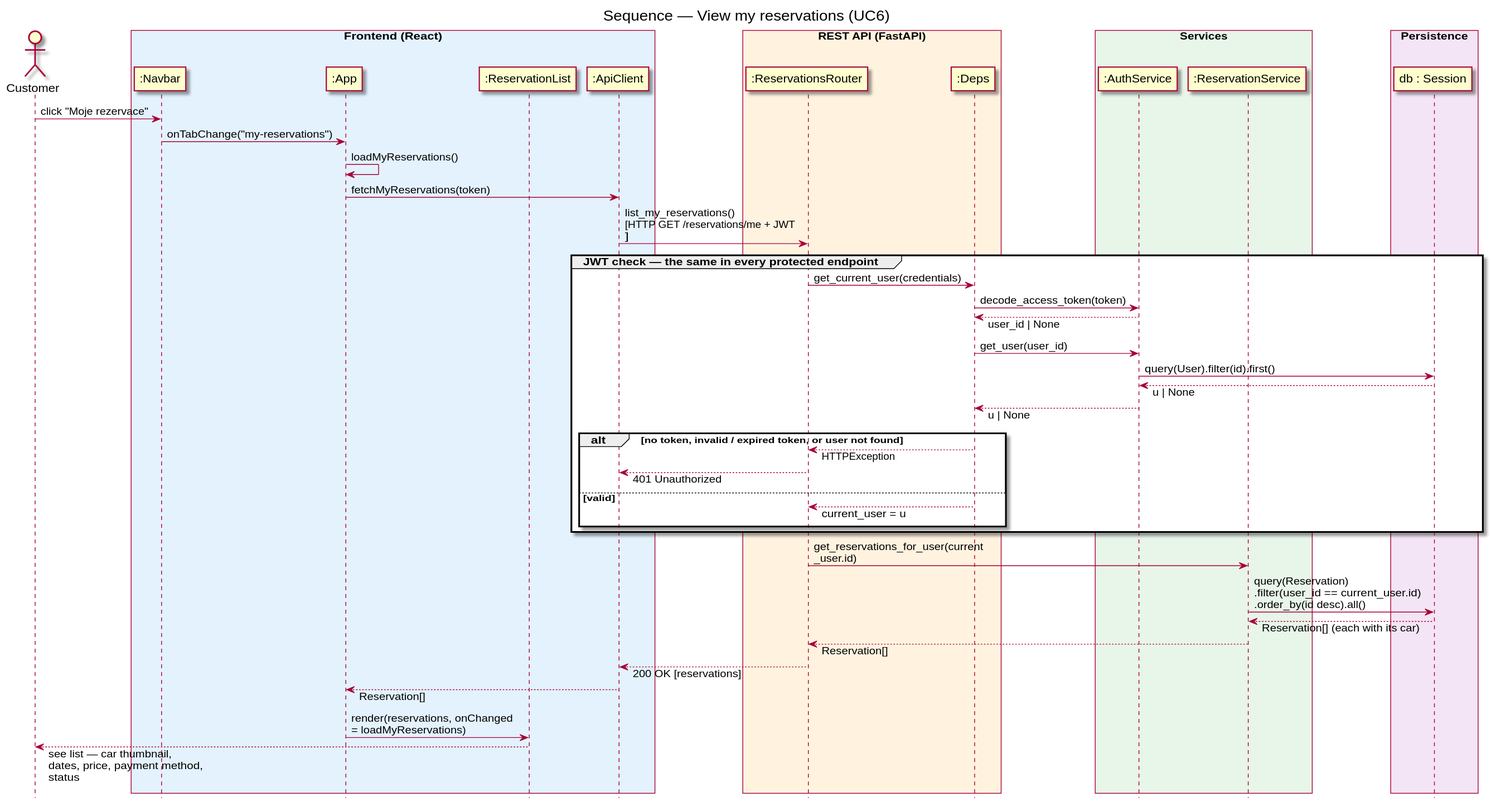
This is docs/diagrams/sequence-view-my-reservations.svg from DavidMagyarics/CarRentalVSB, a PlantUML export, as it was before one commit.
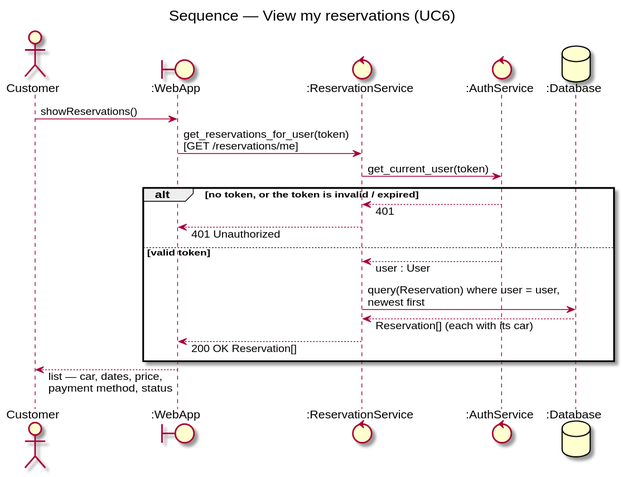
The same file after the commit.

Diff of the diagram source:
```diff
@@ -1,57 +1,27 @@
 @startuml sequence-view-my-reservations
 skinparam backgroundColor white
 skinparam responseMessageBelowArrow true
-skinparam maxMessageSize 220
-hide footbox
+skinparam maxMessageSize 260
 title Sequence — View my reservations (UC6)
+actor Customer
+boundary ":WebApp" as Web
+control ":ReservationService" as Res
+control ":AuthService" as Auth
+database ":Database" as DB
 
-actor Customer
-box "Frontend (React)" #E3F2FD
-  participant ":Navbar" as Navbar
-  participant ":App" as App
-  participant ":ReservationList" as List
-  participant ":ApiClient" as ApiClient
-end box
-box "REST API (FastAPI)" #FFF3E0
-  participant ":ReservationsRouter" as ResRouter
-  participant ":Deps" as Deps
-end box
-box "Services" #E8F5E9
-  participant ":AuthService" as AuthService
-  participant ":ReservationService" as ResService
-end box
-box "Persistence" #F3E5F5
-  participant "db : Session" as DB
-end box
+Customer -> Web : showReservations()
+Web -> Res : get_reservations_for_user(token)\n[GET /reservations/me]
+Res -> Auth : get_current_user(token)
 
-Customer -> Navbar : click "Moje rezervace"
-Navbar -> App : onTabChange("my-reservations")
-App -> App : loadMyReservations()
-App -> ApiClient : fetchMyReservations(token)
-ApiClient -> ResRouter : list_my_reservations()\n[HTTP GET /reservations/me + JWT]
-
-group JWT check — the same in every protected endpoint
-  ResRouter -> Deps : get_current_user(credentials)
-  Deps -> AuthService : decode_access_token(token)
-  AuthService --> Deps : user_id | None
-  Deps -> AuthService : get_user(user_id)
-  AuthService -> DB : query(User).filter(id).first()
-  DB --> AuthService : u | None
-  AuthService --> Deps : u | None
-  alt no token, invalid / expired token, or user not found
-    Deps --> ResRouter : HTTPException
-    ResRouter --> ApiClient : 401 Unauthorized
-  else valid
-    Deps --> ResRouter : current_user = u
-  end
+alt no token, or the token is invalid / expired
+  Auth --> Res : 401
+  Res --> Web : 401 Unauthorized
+else valid token
+  Auth --> Res : user : User
+  Res -> DB : query(Reservation) where user = user,\nnewest first
+  DB --> Res : Reservation[] (each with its car)
+  Res --> Web : 200 OK Reservation[]
 end
 
-ResRouter -> ResService : get_reservations_for_user(current_user.id)
-ResService -> DB : query(Reservation)\n.filter(user_id == current_user.id)\n.order_by(id desc).all()
-DB --> ResService : Reservation[] (each with its car)
-ResService --> ResRouter : Reservation[]
-ResRouter --> ApiClient : 200 OK [reservations]
-ApiClient --> App : Reservation[]
-App -> List : render(reservations, onChanged = loadMyReservations)
-List --> Customer : see list — car thumbnail,\ndates, price, payment method, status
+Web --> Customer : list — car, dates, price,\npayment method, status
 @enduml
```
